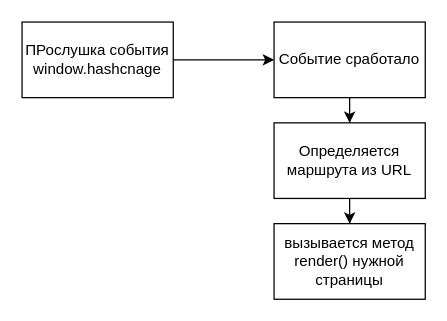
This is page "Роутинг" (5 of 6) of TictacToe.drawio from OlegRnd/tic-tac-toe, a draw.io file, before an edit. Source tidied: cells renumbered, new cells numbered last; positions are measured from the earlier drawing's top-left corner, leaving out a move shared by most shapes. Both pictures are drawn from the tidied source at 126%, with x=0, y=0 at pixel (21, 21).
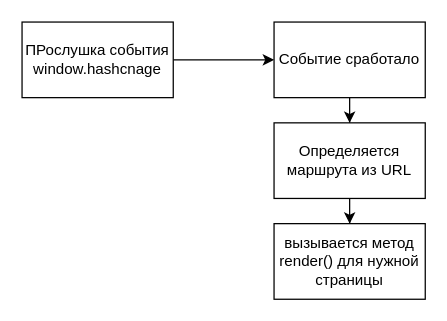
The same diagram, later.

Diff of the diagram source:
```diff
@@
 <mxGraphModel>
   <root>
     <mxCell id="0" />
     <mxCell id="1" parent="0" />
     <mxCell id="2" style="edgeStyle=orthogonalEdgeStyle;rounded=0;jettySize=auto;html=1;" parent="1" edge="1" source="3" target="5">
       <mxGeometry relative="1" as="geometry" />
     </mxCell>
     <mxCell id="3" value="ПРослушка события window.hashcnage" style="rounded=0;whiteSpace=wrap;html=1;" parent="1" vertex="1">
       <mxGeometry width="120" height="60" as="geometry" />
     </mxCell>
     <mxCell id="4" style="edgeStyle=orthogonalEdgeStyle;rounded=0;jettySize=auto;html=1;" parent="1" edge="1" source="5" target="7">
       <mxGeometry relative="1" as="geometry" />
     </mxCell>
     <mxCell id="5" value="Событие сработало" style="whiteSpace=wrap;html=1;rounded=0;" parent="1" vertex="1">
       <mxGeometry x="200" width="120" height="60" as="geometry" />
     </mxCell>
     <mxCell id="6" style="edgeStyle=orthogonalEdgeStyle;rounded=0;jettySize=auto;html=1;" parent="1" edge="1" source="7" target="8">
       <mxGeometry relative="1" as="geometry" />
     </mxCell>
     <mxCell id="7" value="Определяется маршрута из URL" style="whiteSpace=wrap;html=1;rounded=0;" parent="1" vertex="1">
       <mxGeometry x="200" y="80" width="120" height="60" as="geometry" />
     </mxCell>
-    <mxCell id="8" value="вызывается метод render() нужной страницы" style="whiteSpace=wrap;html=1;rounded=0;" parent="1" vertex="1">
+    <mxCell id="8" value="вызывается метод render() для нужной страницы" style="whiteSpace=wrap;html=1;rounded=0;" parent="1" vertex="1">
       <mxGeometry x="200" y="160" width="120" height="60" as="geometry" />
     </mxCell>
   </root>
 </mxGraphModel>
```
